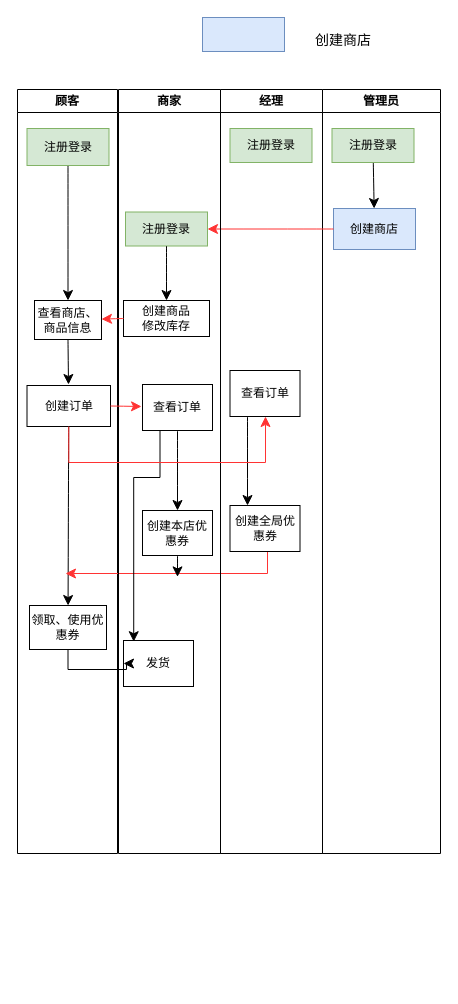
This is hm.drawio from 2458469953/SE2_picture, a draw.io file, before an edit. Source tidied: cells renumbered, new cells numbered last; positions are measured from the earlier drawing's top-left corner, leaving out a move shared by most shapes. Both pictures are drawn from the tidied source at 100%, with x=0, y=0 at pixel (17, 17).
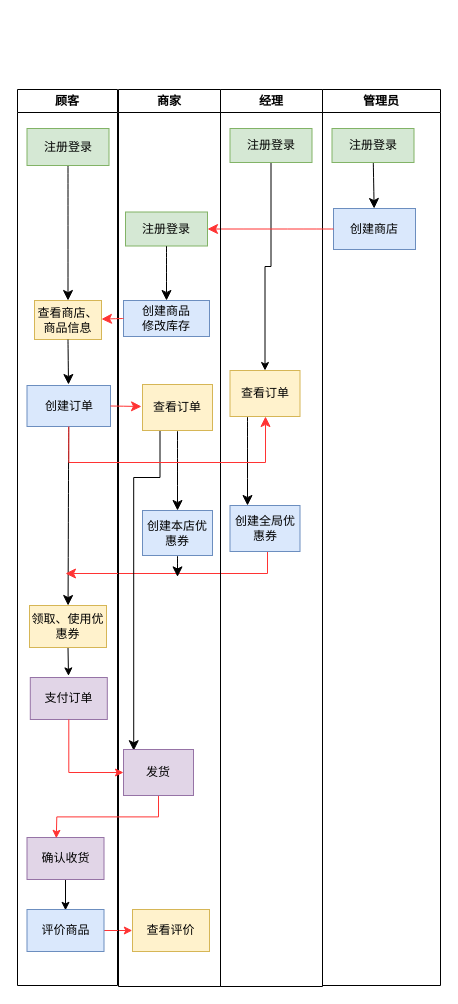
The same page after the edit.

The change refers to these unchanged cells:
```xml
<mxCell id="10" value="注册登录" style="rounded=0;whiteSpace=wrap;html=1;fillColor=#d5e8d4;strokeColor=#82b366;" parent="9" vertex="1">
  <mxGeometry x="9.5" y="39" width="82" height="34" as="geometry" />
</mxCell>
```

Diff of the diagram source:
```diff
@@
     <mxCell id="2" value="顾客" style="swimlane;whiteSpace=wrap;html=1;" parent="1" vertex="1">
-      <mxGeometry y="72" width="100" height="764" as="geometry" />
+      <mxGeometry y="72" width="100" height="896" as="geometry" />
     </mxCell>
@@
-    <mxCell id="5" value="查看商店、商品信息" style="rounded=0;whiteSpace=wrap;html=1;" parent="2" vertex="1">
+    <mxCell id="5" value="查看商店、商品信息" style="rounded=0;whiteSpace=wrap;html=1;fillColor=#fff2cc;strokeColor=#d6b656;" parent="2" vertex="1">
       <mxGeometry x="17" y="211" width="67" height="39" as="geometry" />
     </mxCell>
@@
-    <mxCell id="7" value="创建订单" style="rounded=0;whiteSpace=wrap;html=1;" parent="2" vertex="1">
+    <mxCell id="7" value="创建订单" style="rounded=0;whiteSpace=wrap;html=1;fillColor=#dae8fc;strokeColor=#6c8ebf;" parent="2" vertex="1">
       <mxGeometry x="9.5" y="296" width="83.5" height="41" as="geometry" />
     </mxCell>
+    <mxCell id="38" style="edgeStyle=orthogonalEdgeStyle;rounded=0;jettySize=auto;html=1;exitX=0.5;exitY=1;exitDx=0;exitDy=0;" parent="2" edge="1" source="8">
+      <mxGeometry relative="1" as="geometry">
+        <mxPoint x="51" y="586.4" as="targetPoint" />
+      </mxGeometry>
+    </mxCell>
-    <mxCell id="8" value="领取、使用优惠券" style="whiteSpace=wrap;html=1;rounded=0;" parent="2" vertex="1">
-      <mxGeometry x="12" y="516" width="77" height="44" as="geometry" />
+    <mxCell id="8" value="领取、使用优惠券" style="whiteSpace=wrap;html=1;rounded=0;fillColor=#fff2cc;strokeColor=#d6b656;" parent="2" vertex="1">
+      <mxGeometry x="12" y="516" width="77" height="42" as="geometry" />
     </mxCell>
+    <mxCell id="39" value="支付订单" style="whiteSpace=wrap;html=1;rounded=0;fillColor=#e1d5e7;strokeColor=#9673a6;" parent="2" vertex="1">
+      <mxGeometry x="12.8" y="588" width="77" height="42" as="geometry" />
+    </mxCell>
+    <mxCell id="40" style="edgeStyle=orthogonalEdgeStyle;rounded=0;jettySize=auto;html=1;exitX=0.5;exitY=1;exitDx=0;exitDy=0;" parent="2" edge="1" source="41">
+      <mxGeometry relative="1" as="geometry">
+        <mxPoint x="48" y="820.8" as="targetPoint" />
+      </mxGeometry>
+    </mxCell>
+    <mxCell id="41" value="确认收货" style="whiteSpace=wrap;html=1;rounded=0;fillColor=#e1d5e7;strokeColor=#9673a6;" parent="2" vertex="1">
+      <mxGeometry x="9.5" y="748" width="77" height="42" as="geometry" />
+    </mxCell>
+    <mxCell id="42" style="edgeStyle=orthogonalEdgeStyle;rounded=0;jettySize=auto;html=1;exitX=1;exitY=0.5;exitDx=0;exitDy=0;strokeColor=#FF3333;" parent="2" edge="1" source="43">
+      <mxGeometry relative="1" as="geometry">
+        <mxPoint x="114.8" y="841" as="targetPoint" />
+      </mxGeometry>
+    </mxCell>
+    <mxCell id="43" value="评价商品" style="whiteSpace=wrap;html=1;rounded=0;fillColor=#dae8fc;strokeColor=#6c8ebf;" parent="2" vertex="1">
+      <mxGeometry x="9.5" y="820" width="77" height="42" as="geometry" />
+    </mxCell>
     <mxCell id="9" value="经理" style="swimlane;whiteSpace=wrap;html=1;" parent="1" vertex="1">
-      <mxGeometry x="203" y="72" width="102" height="764" as="geometry" />
+      <mxGeometry x="203" y="72" width="102" height="897" as="geometry" />
     </mxCell>
+    <mxCell id="44" style="edgeStyle=orthogonalEdgeStyle;rounded=0;jettySize=auto;html=1;exitX=0.5;exitY=1;exitDx=0;exitDy=0;entryX=0.5;entryY=0;entryDx=0;entryDy=0;" parent="9" edge="1" source="10" target="12">
+      <mxGeometry relative="1" as="geometry" />
+    </mxCell>
@@
-    <mxCell id="12" value="查看订单" style="rounded=0;whiteSpace=wrap;html=1;" parent="9" vertex="1">
+    <mxCell id="12" value="查看订单" style="rounded=0;whiteSpace=wrap;html=1;fillColor=#fff2cc;strokeColor=#d6b656;" parent="9" vertex="1">
       <mxGeometry x="9.5" y="281" width="70" height="46" as="geometry" />
     </mxCell>
@@
-    <mxCell id="14" value="创建全局优惠券" style="rounded=0;whiteSpace=wrap;html=1;" parent="9" vertex="1">
+    <mxCell id="14" value="创建全局优惠券" style="rounded=0;whiteSpace=wrap;html=1;fillColor=#dae8fc;strokeColor=#6c8ebf;" parent="9" vertex="1">
       <mxGeometry x="9.5" y="416" width="70" height="46" as="geometry" />
     </mxCell>
     <mxCell id="15" value="管理员" style="swimlane;whiteSpace=wrap;html=1;" parent="1" vertex="1">
-      <mxGeometry x="305" y="72" width="118" height="764" as="geometry" />
+      <mxGeometry x="305" y="72" width="118" height="896" as="geometry" />
     </mxCell>
@@
-    <mxCell id="19" style="rounded=0;whiteSpace=wrap;html=1;fillColor=#dae8fc;strokeColor=#6c8ebf;" parent="1" vertex="1">
-      <mxGeometry x="185" width="82" height="34" as="geometry" />
-    </mxCell>
-    <mxCell id="20" value="&lt;pre style=&quot;font-size: 14px;&quot;&gt;创建商店&lt;/pre&gt;" style="text;strokeColor=none;fillColor=none;html=1;align=center;verticalAlign=middle;whiteSpace=wrap;rounded=0;fontSize=14;" parent="1" vertex="1">
-      <mxGeometry x="296" y="9" width="60" height="30" as="geometry" />
-    </mxCell>
@@
     <mxCell id="23" value="商家" style="swimlane;whiteSpace=wrap;html=1;" parent="1" vertex="1">
-      <mxGeometry x="101" y="72" width="102" height="764" as="geometry" />
+      <mxGeometry x="101" y="72" width="102" height="897" as="geometry" />
     </mxCell>
@@
-    <mxCell id="25" value="创建商品&lt;div&gt;&lt;span style=&quot;background-color: initial;&quot;&gt;修改库存&lt;/span&gt;&lt;br&gt;&lt;/div&gt;" style="rounded=0;whiteSpace=wrap;html=1;" parent="23" vertex="1">
+    <mxCell id="25" value="创建商品&lt;div&gt;&lt;span style=&quot;background-color: initial;&quot;&gt;修改库存&lt;/span&gt;&lt;br&gt;&lt;/div&gt;" style="rounded=0;whiteSpace=wrap;html=1;fillColor=#dae8fc;strokeColor=#6c8ebf;" parent="23" vertex="1">
       <mxGeometry x="5" y="211" width="86" height="36" as="geometry" />
     </mxCell>
@@
-    <mxCell id="29" value="查看订单" style="rounded=0;whiteSpace=wrap;html=1;" parent="23" vertex="1">
+    <mxCell id="29" value="查看订单" style="rounded=0;whiteSpace=wrap;html=1;fillColor=#fff2cc;strokeColor=#d6b656;" parent="23" vertex="1">
       <mxGeometry x="24" y="295" width="70" height="46" as="geometry" />
     </mxCell>
@@
-    <mxCell id="31" value="创建本店优惠券" style="rounded=0;whiteSpace=wrap;html=1;" parent="23" vertex="1">
+    <mxCell id="31" value="创建本店优惠券" style="rounded=0;whiteSpace=wrap;html=1;fillColor=#dae8fc;strokeColor=#6c8ebf;" parent="23" vertex="1">
       <mxGeometry x="24" y="421" width="70" height="45" as="geometry" />
     </mxCell>
+    <mxCell id="45" style="edgeStyle=orthogonalEdgeStyle;rounded=0;jettySize=auto;html=1;exitX=0.5;exitY=1;exitDx=0;exitDy=0;strokeColor=#FF3333;" parent="23" edge="1" source="32">
+      <mxGeometry relative="1" as="geometry">
+        <mxPoint x="-62.2" y="748.8" as="targetPoint" />
+      </mxGeometry>
+    </mxCell>
-    <mxCell id="32" value="发货" style="rounded=0;whiteSpace=wrap;html=1;" parent="23" vertex="1">
-      <mxGeometry x="5" y="551" width="70" height="46" as="geometry" />
+    <mxCell id="32" value="发货" style="rounded=0;whiteSpace=wrap;html=1;fillColor=#e1d5e7;strokeColor=#9673a6;" parent="23" vertex="1">
+      <mxGeometry x="5" y="660" width="70" height="46" as="geometry" />
     </mxCell>
+    <mxCell id="46" value="查看评价" style="whiteSpace=wrap;html=1;rounded=0;fillColor=#fff2cc;strokeColor=#d6b656;" parent="23" vertex="1">
+      <mxGeometry x="14" y="820" width="77" height="42" as="geometry" />
+    </mxCell>
@@
-    <mxCell id="37" style="edgeStyle=orthogonalEdgeStyle;rounded=0;jettySize=auto;html=1;exitX=0.5;exitY=1;exitDx=0;exitDy=0;entryX=0;entryY=0.5;entryDx=0;entryDy=0;fontSize=12;startSize=8;endSize=8;" parent="1" edge="1" source="8" target="32">
-      <mxGeometry relative="1" as="geometry" />
-    </mxCell>
+    <mxCell id="47" style="edgeStyle=orthogonalEdgeStyle;rounded=0;jettySize=auto;html=1;exitX=0.5;exitY=1;exitDx=0;exitDy=0;entryX=0;entryY=0.5;entryDx=0;entryDy=0;strokeColor=#FF3333;" parent="1" edge="1" source="39" target="32">
+      <mxGeometry relative="1" as="geometry" />
+    </mxCell>
```
